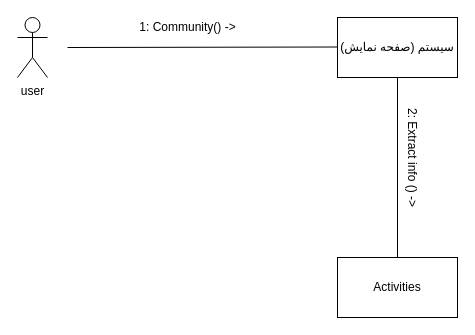
The draw.io diagram Docs./CommunicationDiagram-Community.drawio in ShadiMe-flutter/Workout, before the edit. Source tidied: cells renumbered, new cells numbered last; positions are measured from the earlier drawing's top-left corner, leaving out a move shared by most shapes. Both pictures are drawn from the tidied source at 100%, with x=0, y=0 at pixel (17, 17).
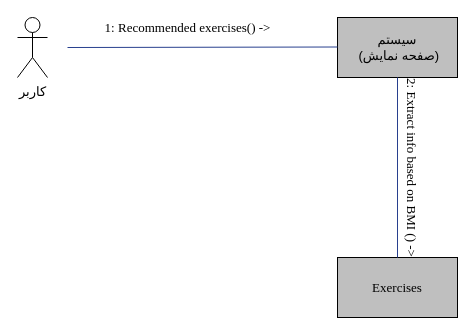
After the change.

Change to the diagram source:
```diff
@@
 <mxGraphModel>
   <root>
     <mxCell id="0" />
     <mxCell id="1" parent="0" />
-    <mxCell id="2" value="user" style="shape=umlActor;verticalLabelPosition=bottom;verticalAlign=top;html=1;" parent="1" vertex="1">
+    <mxCell id="2" value="&lt;font face=&quot;B Zar&quot; style=&quot;font-size: 13px&quot;&gt;کاربر&lt;/font&gt;" style="shape=umlActor;verticalLabelPosition=bottom;verticalAlign=top;html=1;" parent="1" vertex="1">
       <mxGeometry width="30" height="60" as="geometry" />
     </mxCell>
-    <mxCell id="3" value="سیستم (صفحه نمایش)" style="rounded=0;whiteSpace=wrap;html=1;" parent="1" vertex="1">
+    <mxCell id="3" value="&lt;font face=&quot;B Zar&quot; style=&quot;font-size: 13px&quot;&gt;سیستم&lt;br&gt;&amp;nbsp;(صفحه نمایش)&lt;/font&gt;" style="rounded=0;whiteSpace=wrap;html=1;fillColor=#BFBFBF;" parent="1" vertex="1">
       <mxGeometry x="320" width="120" height="60" as="geometry" />
     </mxCell>
-    <mxCell id="4" style="endArrow=none;html=1;" parent="1" edge="1">
+    <mxCell id="4" style="endArrow=none;html=1;strokeColor=#28408E;" parent="1" edge="1">
       <mxGeometry relative="1" as="geometry">
         <mxPoint x="50" y="30" as="sourcePoint" />
         <mxPoint x="320" y="29.5" as="targetPoint" />
       </mxGeometry>
     </mxCell>
-    <mxCell id="5" value="1: Community() -&amp;gt;" style="text;html=1;align=center;verticalAlign=middle;" parent="1" vertex="1">
-      <mxGeometry x="115" width="110" height="20" as="geometry" />
+    <mxCell id="5" value="&lt;font face=&quot;Times New Roman&quot; style=&quot;font-size: 13px&quot;&gt;1: Recommended exercises() -&amp;gt;&lt;/font&gt;" style="text;html=1;align=center;verticalAlign=middle;" parent="1" vertex="1">
+      <mxGeometry x="80" width="180" height="20" as="geometry" />
     </mxCell>
-    <mxCell id="6" value="Activities" style="rounded=0;whiteSpace=wrap;html=1;" parent="1" vertex="1">
+    <mxCell id="6" value="&lt;font face=&quot;Times New Roman&quot; style=&quot;font-size: 13px&quot;&gt;Exercises&lt;/font&gt;" style="rounded=0;whiteSpace=wrap;html=1;fillColor=#BFBFBF;" parent="1" vertex="1">
       <mxGeometry x="320" y="240" width="120" height="60" as="geometry" />
     </mxCell>
-    <mxCell id="7" style="endArrow=none;html=1;exitX=0.5;exitY=0;exitDx=0;exitDy=0;entryX=0.5;entryY=1;entryDx=0;entryDy=0;" parent="1" edge="1" source="6" target="3">
+    <mxCell id="7" style="endArrow=none;html=1;exitX=0.5;exitY=0;exitDx=0;exitDy=0;entryX=0.5;entryY=1;entryDx=0;entryDy=0;strokeColor=#28408E;" parent="1" edge="1" source="6" target="3">
       <mxGeometry relative="1" as="geometry" />
     </mxCell>
-    <mxCell id="8" value="2: Extract info () -&amp;gt;" style="text;html=1;align=center;verticalAlign=middle;rotation=90;" parent="1" vertex="1">
-      <mxGeometry x="340" y="130" width="110" height="20" as="geometry" />
+    <mxCell id="8" value="&lt;font face=&quot;Times New Roman&quot; style=&quot;font-size: 13px&quot;&gt;2: Extract info based on BMI () -&amp;gt;&lt;/font&gt;" style="text;html=1;align=center;verticalAlign=middle;rotation=90;" parent="1" vertex="1">
+      <mxGeometry x="300" y="140" width="190" height="20" as="geometry" />
     </mxCell>
   </root>
 </mxGraphModel>
```
